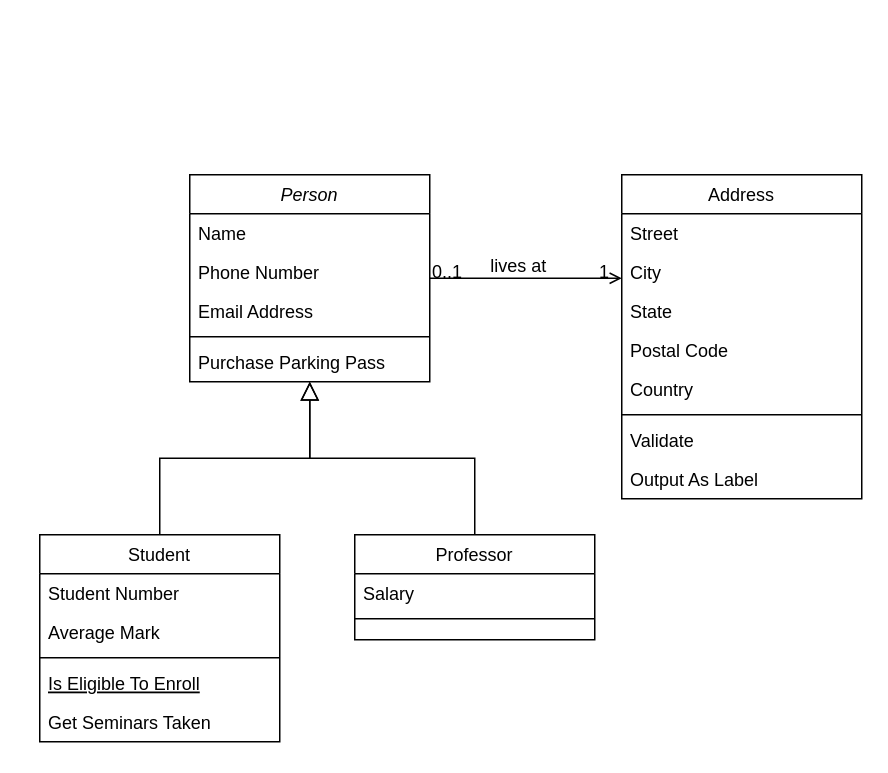
Earlier version of the draw.io diagram pblwebdb.drawio (Wahdaapf/All-About-DrawIo). Source tidied: cells renumbered, new cells numbered last; positions are measured from the earlier drawing's top-left corner, leaving out a move shared by most shapes. Both pictures are drawn from the tidied source at 150%, with x=0, y=0 at pixel (39, 174).
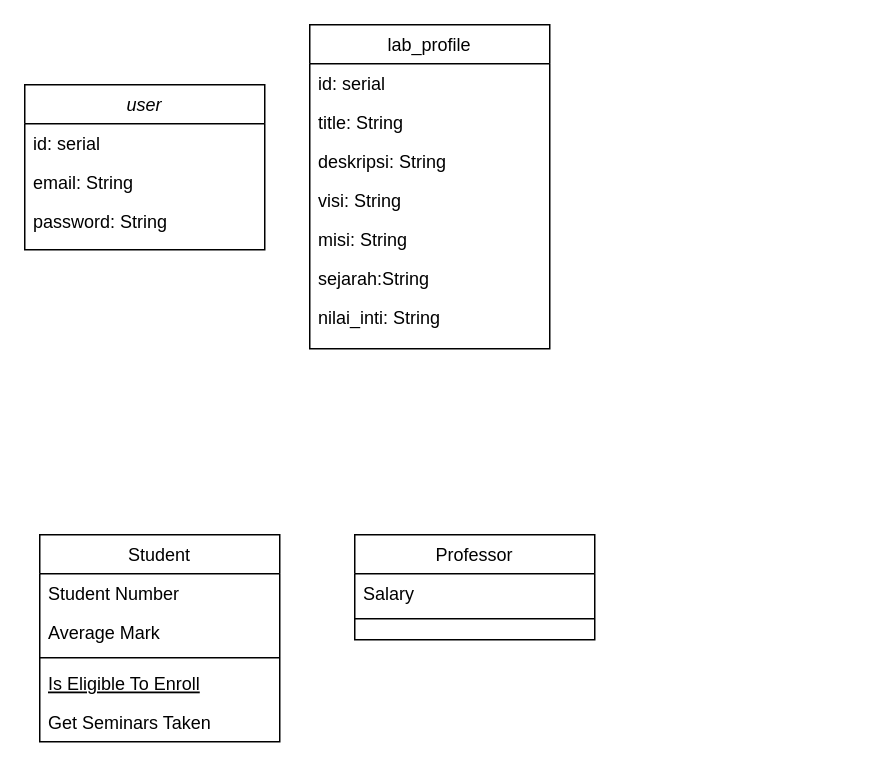
The same page after the edit.

The change refers to these unchanged cells:
```xml
<mxCell id="8" value="Student" style="swimlane;fontStyle=0;align=center;verticalAlign=top;horizontal=1;startSize=26;rounded=0;shadow=0;strokeWidth=1;" parent="1" vertex="1">
  <mxGeometry y="240" width="160" height="138" as="geometry" />
</mxCell>
<mxCell id="15" value="Professor" style="swimlane;fontStyle=0;align=center;verticalAlign=top;horizontal=1;startSize=26;rounded=0;shadow=0;strokeWidth=1;" parent="1" vertex="1">
  <mxGeometry x="210" y="240" width="160" height="70" as="geometry" />
</mxCell>
```

The edit, as a diff of the source:
```diff
@@
-    <mxCell id="2" value="Person" style="swimlane;fontStyle=2;align=center;verticalAlign=top;horizontal=1;startSize=26;rounded=0;shadow=0;strokeWidth=1;" parent="1" vertex="1">
-      <mxGeometry x="100" width="160" height="138" as="geometry" />
+    <mxCell id="2" value="user" style="swimlane;fontStyle=2;align=center;verticalAlign=top;horizontal=1;startSize=26;rounded=0;shadow=0;strokeWidth=1;" parent="1" vertex="1">
+      <mxGeometry x="-10" y="-60" width="160" height="110" as="geometry" />
     </mxCell>
-    <mxCell id="3" value="Name" style="text;align=left;verticalAlign=top;spacingLeft=4;spacingRight=4;overflow=hidden;" parent="2" vertex="1">
+    <mxCell id="3" value="id: serial" style="text;align=left;verticalAlign=top;spacingLeft=4;spacingRight=4;overflow=hidden;" parent="2" vertex="1">
       <mxGeometry y="26" width="160" height="26" as="geometry" />
     </mxCell>
-    <mxCell id="4" value="Phone Number" style="text;align=left;verticalAlign=top;spacingLeft=4;spacingRight=4;overflow=hidden;rounded=0;shadow=0;html=0;" parent="2" vertex="1">
+    <mxCell id="4" value="email: String" style="text;align=left;verticalAlign=top;spacingLeft=4;spacingRight=4;overflow=hidden;rounded=0;shadow=0;html=0;" parent="2" vertex="1">
       <mxGeometry y="52" width="160" height="26" as="geometry" />
     </mxCell>
-    <mxCell id="5" value="Email Address" style="text;align=left;verticalAlign=top;spacingLeft=4;spacingRight=4;overflow=hidden;rounded=0;shadow=0;html=0;" parent="2" vertex="1">
+    <mxCell id="5" value="password: String" style="text;align=left;verticalAlign=top;spacingLeft=4;spacingRight=4;overflow=hidden;rounded=0;shadow=0;html=0;" parent="2" vertex="1">
       <mxGeometry y="78" width="160" height="26" as="geometry" />
     </mxCell>
-    <mxCell id="6" style="line;html=1;strokeWidth=1;align=left;verticalAlign=middle;spacingTop=-1;spacingLeft=3;spacingRight=3;labelPosition=right;" parent="2" vertex="1">
-      <mxGeometry y="104" width="160" height="8" as="geometry" />
-    </mxCell>
-    <mxCell id="7" value="Purchase Parking Pass" style="text;align=left;verticalAlign=top;spacingLeft=4;spacingRight=4;overflow=hidden;" parent="2" vertex="1">
-      <mxGeometry y="112" width="160" height="26" as="geometry" />
-    </mxCell>
@@
-    <mxCell id="14" style="endArrow=block;endSize=10;endFill=0;shadow=0;strokeWidth=1;rounded=0;curved=0;edgeStyle=elbowEdgeStyle;elbow=vertical;" parent="1" edge="1" source="8" target="2">
-      <mxGeometry relative="1" as="geometry" />
-    </mxCell>
@@
-    <mxCell id="18" style="endArrow=block;endSize=10;endFill=0;shadow=0;strokeWidth=1;rounded=0;curved=0;edgeStyle=elbowEdgeStyle;elbow=vertical;" parent="1" edge="1" source="15" target="2">
-      <mxGeometry relative="1" as="geometry" />
-    </mxCell>
-    <mxCell id="19" value="Address" style="swimlane;fontStyle=0;align=center;verticalAlign=top;horizontal=1;startSize=26;rounded=0;shadow=0;strokeWidth=1;" parent="1" vertex="1">
-      <mxGeometry x="388" width="160" height="216" as="geometry" />
+    <mxCell id="19" value="lab_profile" style="swimlane;fontStyle=0;align=center;verticalAlign=top;horizontal=1;startSize=26;rounded=0;shadow=0;strokeWidth=1;" parent="1" vertex="1">
+      <mxGeometry x="180" y="-100" width="160" height="216" as="geometry" />
     </mxCell>
-    <mxCell id="20" value="Street" style="text;align=left;verticalAlign=top;spacingLeft=4;spacingRight=4;overflow=hidden;" parent="19" vertex="1">
+    <mxCell id="20" value="id: serial" style="text;align=left;verticalAlign=top;spacingLeft=4;spacingRight=4;overflow=hidden;" parent="19" vertex="1">
       <mxGeometry y="26" width="160" height="26" as="geometry" />
     </mxCell>
-    <mxCell id="21" value="City" style="text;align=left;verticalAlign=top;spacingLeft=4;spacingRight=4;overflow=hidden;rounded=0;shadow=0;html=0;" parent="19" vertex="1">
+    <mxCell id="21" value="title: String" style="text;align=left;verticalAlign=top;spacingLeft=4;spacingRight=4;overflow=hidden;rounded=0;shadow=0;html=0;" parent="19" vertex="1">
       <mxGeometry y="52" width="160" height="26" as="geometry" />
     </mxCell>
-    <mxCell id="22" value="State" style="text;align=left;verticalAlign=top;spacingLeft=4;spacingRight=4;overflow=hidden;rounded=0;shadow=0;html=0;" parent="19" vertex="1">
+    <mxCell id="22" value="deskripsi: String" style="text;align=left;verticalAlign=top;spacingLeft=4;spacingRight=4;overflow=hidden;rounded=0;shadow=0;html=0;" parent="19" vertex="1">
       <mxGeometry y="78" width="160" height="26" as="geometry" />
     </mxCell>
-    <mxCell id="23" value="Postal Code" style="text;align=left;verticalAlign=top;spacingLeft=4;spacingRight=4;overflow=hidden;rounded=0;shadow=0;html=0;" parent="19" vertex="1">
+    <mxCell id="23" value="visi: String" style="text;align=left;verticalAlign=top;spacingLeft=4;spacingRight=4;overflow=hidden;rounded=0;shadow=0;html=0;" parent="19" vertex="1">
       <mxGeometry y="104" width="160" height="26" as="geometry" />
     </mxCell>
-    <mxCell id="24" value="Country" style="text;align=left;verticalAlign=top;spacingLeft=4;spacingRight=4;overflow=hidden;rounded=0;shadow=0;html=0;" parent="19" vertex="1">
+    <mxCell id="24" value="misi: String" style="text;align=left;verticalAlign=top;spacingLeft=4;spacingRight=4;overflow=hidden;rounded=0;shadow=0;html=0;" parent="19" vertex="1">
       <mxGeometry y="130" width="160" height="26" as="geometry" />
     </mxCell>
-    <mxCell id="25" style="line;html=1;strokeWidth=1;align=left;verticalAlign=middle;spacingTop=-1;spacingLeft=3;spacingRight=3;labelPosition=right;" parent="19" vertex="1">
-      <mxGeometry y="156" width="160" height="8" as="geometry" />
-    </mxCell>
-    <mxCell id="26" value="Validate" style="text;align=left;verticalAlign=top;spacingLeft=4;spacingRight=4;overflow=hidden;" parent="19" vertex="1">
-      <mxGeometry y="164" width="160" height="26" as="geometry" />
-    </mxCell>
-    <mxCell id="27" value="Output As Label" style="text;align=left;verticalAlign=top;spacingLeft=4;spacingRight=4;overflow=hidden;" parent="19" vertex="1">
-      <mxGeometry y="190" width="160" height="26" as="geometry" />
-    </mxCell>
-    <mxCell id="28" style="endArrow=open;shadow=0;strokeWidth=1;rounded=0;curved=0;endFill=1;edgeStyle=elbowEdgeStyle;elbow=vertical;" parent="1" edge="1" source="2" target="19">
-      <mxGeometry x="0.5" y="41" relative="1" as="geometry">
-        <mxPoint x="-40" y="32" as="offset" />
-      </mxGeometry>
-    </mxCell>
-    <mxCell id="29" value="0..1" style="align=left;verticalAlign=bottom;labelBackgroundColor=none;fontSize=12;" parent="28" vertex="1">
-      <mxGeometry x="-1" relative="1" as="geometry">
-        <mxPoint y="4" as="offset" />
-      </mxGeometry>
-    </mxCell>
-    <mxCell id="30" value="1" style="align=right;verticalAlign=bottom;labelBackgroundColor=none;fontSize=12;" parent="28" vertex="1">
-      <mxGeometry x="1" relative="1" as="geometry">
-        <mxPoint x="-7" y="4" as="offset" />
-      </mxGeometry>
-    </mxCell>
-    <mxCell id="31" value="lives at" style="text;html=1;align=center;verticalAlign=middle;labelBackgroundColor=none;rounded=0;shadow=0;strokeWidth=1;fontSize=12;" parent="28" vertex="1">
-      <mxGeometry x="0.5" y="49" relative="1" as="geometry">
-        <mxPoint x="-38" y="40" as="offset" />
-      </mxGeometry>
-    </mxCell>
+    <mxCell id="32" value="sejarah:String" style="text;align=left;verticalAlign=top;spacingLeft=4;spacingRight=4;overflow=hidden;rounded=0;shadow=0;html=0;" parent="19" vertex="1">
+      <mxGeometry y="156" width="160" height="26" as="geometry" />
+    </mxCell>
+    <mxCell id="33" value="nilai_inti: String" style="text;align=left;verticalAlign=top;spacingLeft=4;spacingRight=4;overflow=hidden;rounded=0;shadow=0;html=0;" parent="19" vertex="1">
+      <mxGeometry y="182" width="160" height="26" as="geometry" />
+    </mxCell>
```
